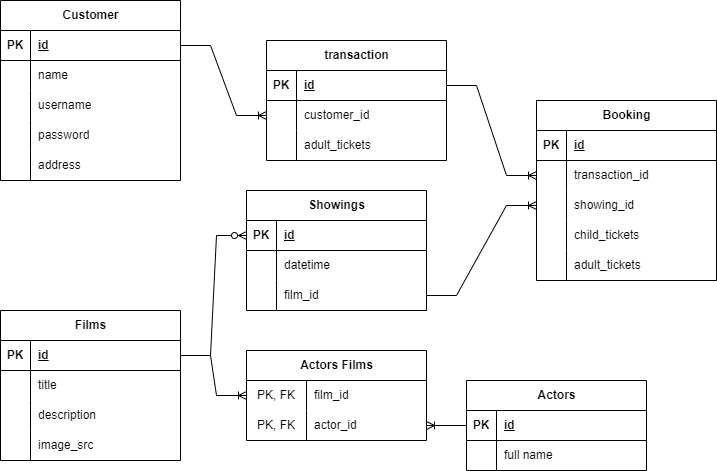
JHarding-Work/SFIA keeps this draw.io diagram as SFIA.png. Above is the earlier version. Source tidied: cells renumbered, new cells last; positions are measured from the earlier drawing's top-left corner, leaving out a move shared by most shapes.
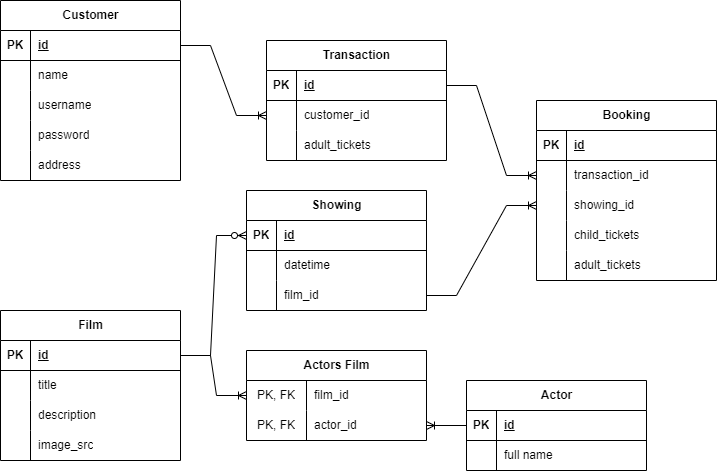
After the change.

Commit message:
Updated database diagram to use singular for all tables.

Change to the diagram source:
```diff
@@ -2,7 +2,7 @@
   <root>
     <mxCell id="0" />
     <mxCell id="1" parent="0" />
-    <mxCell id="2" value="Films" style="shape=table;startSize=30;rowLines=0;fontStyle=1;align=center;html=1;" parent="1" vertex="1">
+    <mxCell id="2" value="Film" style="shape=table;startSize=30;rowLines=0;fontStyle=1;align=center;html=1;" parent="1" vertex="1">
       <mxGeometry y="310" width="180" height="150" as="geometry" />
     </mxCell>
     <mxCell id="3" style="shape=tableRow;horizontal=0;startSize=0;swimlaneHead=0;swimlaneBody=0;fillColor=none;points=[[0,0.5],[1,0.5]];portConstraint=eastwest;top=0;left=0;right=0;bottom=1;" parent="2" vertex="1">
@@ -41,7 +41,7 @@
     <mxCell id="14" value="image_src" style="shape=partialRectangle;fillColor=none;top=0;left=0;bottom=0;right=0;align=left;spacingLeft=6;overflow=hidden;whiteSpace=wrap;html=1;" parent="12" vertex="1">
       <mxGeometry x="30" width="150" height="30" as="geometry" />
     </mxCell>
-    <mxCell id="15" value="Showings" style="shape=table;startSize=30;rowLines=0;fontStyle=1;align=center;html=1;" parent="1" vertex="1">
+    <mxCell id="15" value="Showing" style="shape=table;startSize=30;rowLines=0;fontStyle=1;align=center;html=1;" parent="1" vertex="1">
       <mxGeometry x="246" y="190" width="180" height="120" as="geometry" />
     </mxCell>
     <mxCell id="16" style="shape=tableRow;horizontal=0;startSize=0;swimlaneHead=0;swimlaneBody=0;fillColor=none;points=[[0,0.5],[1,0.5]];portConstraint=eastwest;top=0;left=0;right=0;bottom=1;" parent="15" vertex="1">
@@ -173,7 +173,7 @@
     <mxCell id="58" value="address" style="shape=partialRectangle;fillColor=none;top=0;left=0;bottom=0;right=0;align=left;spacingLeft=6;overflow=hidden;whiteSpace=wrap;html=1;" parent="56" vertex="1">
       <mxGeometry x="30" width="150" height="30" as="geometry" />
     </mxCell>
-    <mxCell id="59" value="transaction" style="shape=table;startSize=30;rowLines=0;fontStyle=1;align=center;html=1;" parent="1" vertex="1">
+    <mxCell id="59" value="Transaction" style="shape=table;startSize=30;rowLines=0;fontStyle=1;align=center;html=1;" parent="1" vertex="1">
       <mxGeometry x="266" y="40" width="180" height="120" as="geometry" />
     </mxCell>
     <mxCell id="60" style="shape=tableRow;horizontal=0;startSize=0;swimlaneHead=0;swimlaneBody=0;fillColor=none;points=[[0,0.5],[1,0.5]];portConstraint=eastwest;top=0;left=0;right=0;bottom=1;" parent="59" vertex="1">
@@ -209,7 +209,7 @@
     <mxCell id="70" style="edgeStyle=entityRelationEdgeStyle;fontSize=12;html=1;endArrow=ERoneToMany;rounded=0;" parent="1" edge="1" source="44" target="63">
       <mxGeometry relative="1" as="geometry" />
     </mxCell>
-    <mxCell id="71" value="Actors" style="shape=table;startSize=30;rowLines=0;fontStyle=1;align=center;html=1;" parent="1" vertex="1">
+    <mxCell id="71" value="Actor" style="shape=table;startSize=30;rowLines=0;fontStyle=1;align=center;html=1;" parent="1" vertex="1">
       <mxGeometry x="466" y="380" width="180" height="90" as="geometry" />
     </mxCell>
     <mxCell id="72" style="shape=tableRow;horizontal=0;startSize=0;swimlaneHead=0;swimlaneBody=0;fillColor=none;points=[[0,0.5],[1,0.5]];portConstraint=eastwest;top=0;left=0;right=0;bottom=1;" parent="71" vertex="1">
@@ -230,7 +230,7 @@
     <mxCell id="77" value="full name" style="shape=partialRectangle;fillColor=none;top=0;left=0;bottom=0;right=0;align=left;spacingLeft=6;overflow=hidden;whiteSpace=wrap;html=1;" parent="75" vertex="1">
       <mxGeometry x="30" width="150" height="30" as="geometry" />
     </mxCell>
-    <mxCell id="78" value="Actors Films" style="shape=table;startSize=30;rowLines=0;fontStyle=1;align=center;html=1;" parent="1" vertex="1">
+    <mxCell id="78" value="Actors Film" style="shape=table;startSize=30;rowLines=0;fontStyle=1;align=center;html=1;" parent="1" vertex="1">
       <mxGeometry x="246" y="350" width="180" height="90" as="geometry" />
     </mxCell>
     <mxCell id="79" style="shape=tableRow;horizontal=0;startSize=0;swimlaneHead=0;swimlaneBody=0;fillColor=none;points=[[0,0.5],[1,0.5]];portConstraint=eastwest;top=0;left=0;right=0;bottom=0;" parent="78" vertex="1">
```
